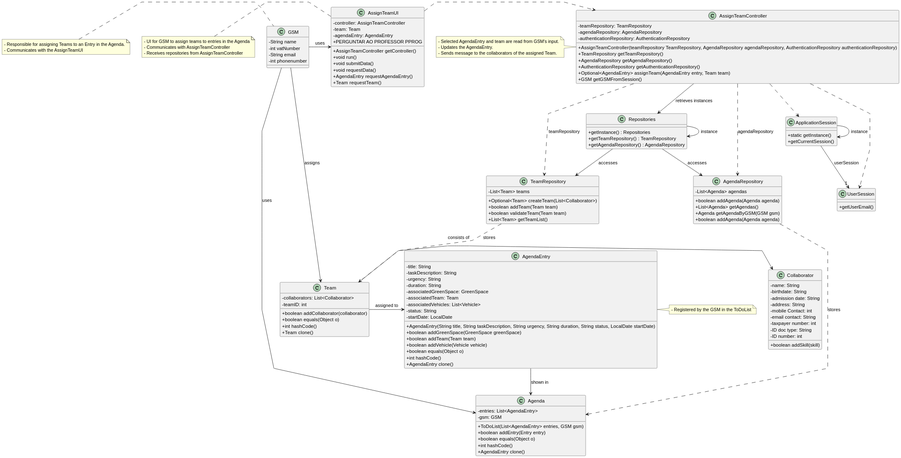
Earlier version of the PlantUML export docs/sprint3/us023/03.design/svg/us023-class-diagram.svg (tiagosoa/lei-24-s2-1dgh-g073). Source of this version:
```plantuml
@startuml
skinparam packageStyle rectangle
skinparam shadowing false
skinparam linetype polyline

skinparam classAttributeIconSize 0

class ApplicationSession
{
    + static getInstance()
    + getCurrentSession()
}

class UserSession
{
    + getUserEmail()
}

class Team {
    - collaborators: List<Collaborator>
    - teamID: int
    + boolean addCollaborator(collaborator)
    + boolean equals(Object o)
    + int hashCode()
    + Team clone()
}

class TeamRepository {
       - List<Team> teams
       + Optional<Team> createTeam(List<Collaborator>)
       + boolean addTeam(Team team)
       + boolean validateTeam(Team team)
       + List<Team> getTeamList()
}

class Collaborator {
    - name: String
    - birthdate: String
    - admission date: String
    - address: String
    - mobile Contact: int
    - email contact: String
    - taxpayer number: int
    - ID doc type: String
    - ID number: int
    + boolean addSkill(skill)
}

class AgendaEntry {
    - title: String
    - taskDescription: String
    - urgency: String
    - duration: String
    - associatedGreenSpace: GreenSpace
    - associatedTeam: Team
    - associatedVehicles: List<Vehicle>
    - status: String
    - startDate: LocalDate
    + AgendaEntry(String title, String taskDescription, String urgency, String duration, String status, LocalDate startDate)
    + boolean addGreenSpace(GreenSpace greenSpace)
    + boolean addTeam(Team team)
    + boolean addVehicle(Vehicle vehicle)
    + boolean equals(Object o)
    + int hashCode()
    + AgendaEntry clone()
}

class Agenda {
    - entries: List<AgendaEntry>
    - gsm: GSM
    + ToDoList(List<AgendaEntry> entries, GSM gsm)
    + boolean addEntry(Entry entry)
    + boolean equals(Object o)
    + int hashCode()
    + AgendaEntry clone()
}

class AgendaRepository {
  - List<Agenda> agendas
  + boolean addAgenda(Agenda agenda)
  + List<Agenda> getAgendas()
  + Agenda getAgendaByGSM(GSM gsm)
  + boolean addAgenda(Agenda agenda)
}

class Repositories {
  + getInstance() : Repositories
  + getTeamRepository() : TeamRepository
  + getAgendaRepository() : AgendaRepository
}

class AssignTeamUI {
  - controller: AssignTeamController
  - team: Team
  - agendaEntry: AgendaEntry
  + AssignTeamController getController()
  + void run()
  + void submitData()
  + void requestData()
  + AgendaEntry requestAgendaEntry()
  + Team requestTeam()
  + PERGUNTAR AO PROFESSOR PPROG
}

class AssignTeamController {
  - teamRepository: TeamRepository
  - agendaRepository: AgendaRepository
  - authenticationRepository: AuthenticationRepository
  + AssignTeamController(teamRepository TeamRepository, AgendaRepository agendaRepository, AuthenticationRepository authenticationRepository)
  + TeamRepository getTeamRepository()
  + AgendaRepository getAgendaRepository()
  + AuthenticationRepository getAuthenticationRepository()
  + Optional<AgendaEntry> assignTeam(AgendaEntry entry, Team team)
  + GSM getGSMFromSession()
}

class GSM {
   - String name
   - int vatNumber
   - String email
   - int phonenumber
}

note left of AssignTeamController
  - Selected AgendaEntry and team are read from GSM's input.
  - Updates the AgendaEntry.
  - Sends message to the collaborators of the assigned Team.
end note

note left of GSM
 - Responsible for assigning Teams to an Entry in the Agenda.
 - Communicates with the AssignTeamUI
end note

note left of AssignTeamUI
  - UI for GSM to assign teams to entries in the Agenda
  - Communicates with AssignTeamController
  - Receives repositories from AssignTeamController
end note

note right of AgendaEntry
 - Registered by the GSM in the ToDoList
end note

GSM --> Team: assigns
Team -> AgendaEntry: assigned to
Team -> Collaborator: consists of
GSM --> Agenda: uses
AgendaEntry --> Agenda: shown in
GSM -> AssignTeamUI: uses

Repositories -> Repositories : instance
ApplicationSession -> ApplicationSession : instance

AssignTeamUI .> AssignTeamController

AssignTeamController -down-> Repositories : retrieves instances

Repositories -down-> AgendaRepository : accesses
Repositories -down-> TeamRepository : accesses

AssignTeamController ..> TeamRepository : teamRepository
AssignTeamController ..> AgendaRepository : agendaRepository

ApplicationSession --> "1" UserSession : userSession

AssignTeamController ..> ApplicationSession
AssignTeamController ..> UserSession

TeamRepository ..> Team: stores
AgendaRepository ..> Agenda: stores
@enduml
```
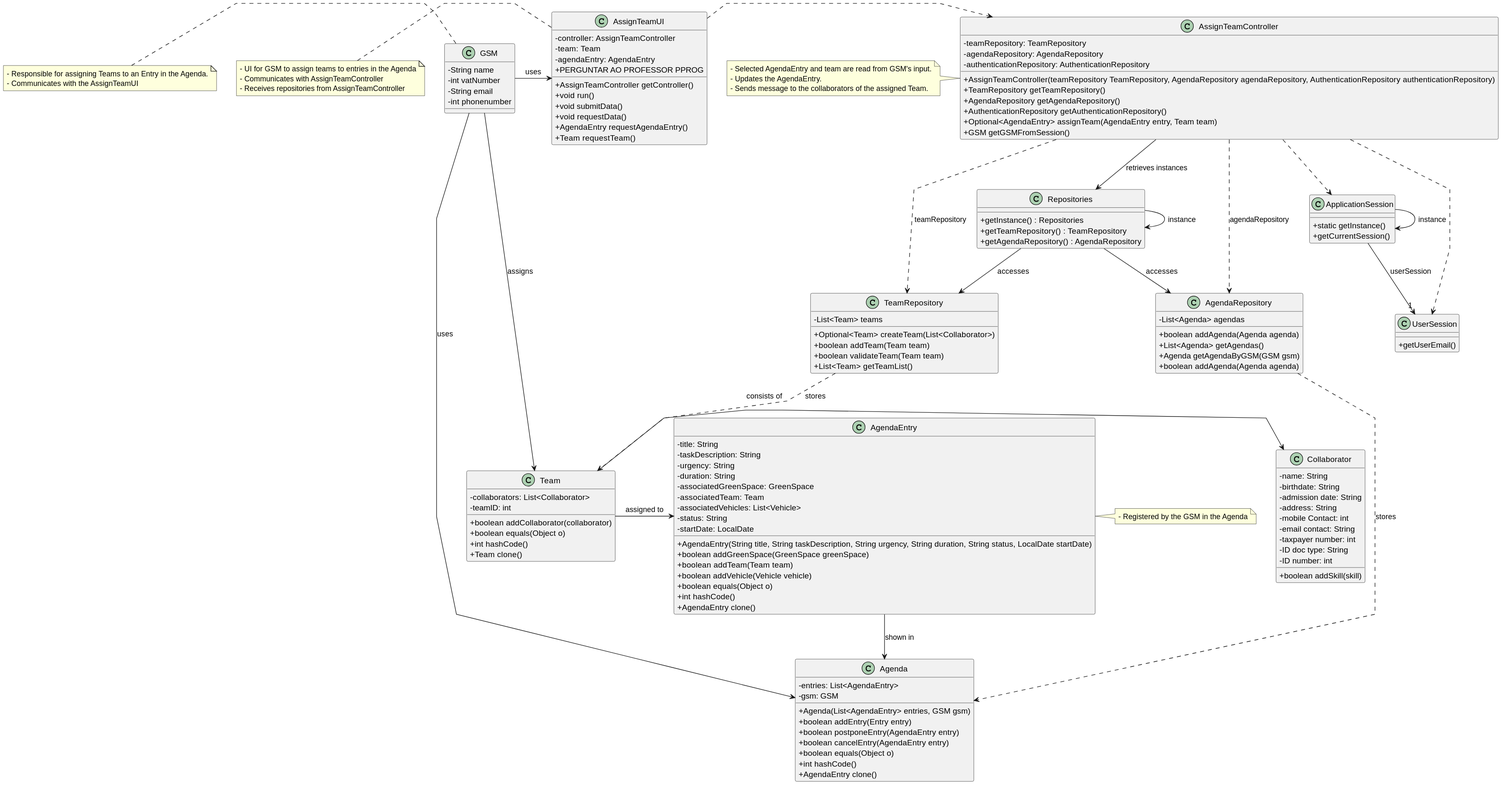
The same diagram one commit later.

What changed in the source:
```diff
@@ -68,8 +68,10 @@
 class Agenda {
     - entries: List<AgendaEntry>
     - gsm: GSM
-    + ToDoList(List<AgendaEntry> entries, GSM gsm)
+    + Agenda(List<AgendaEntry> entries, GSM gsm)
     + boolean addEntry(Entry entry)
+    + boolean postponeEntry(AgendaEntry entry)
+    + boolean cancelEntry(AgendaEntry entry)
     + boolean equals(Object o)
     + int hashCode()
     + AgendaEntry clone()
@@ -139,7 +141,7 @@
 end note
 
 note right of AgendaEntry
- - Registered by the GSM in the ToDoList
+ - Registered by the GSM in the Agenda
 end note
 
 GSM --> Team: assigns
```
